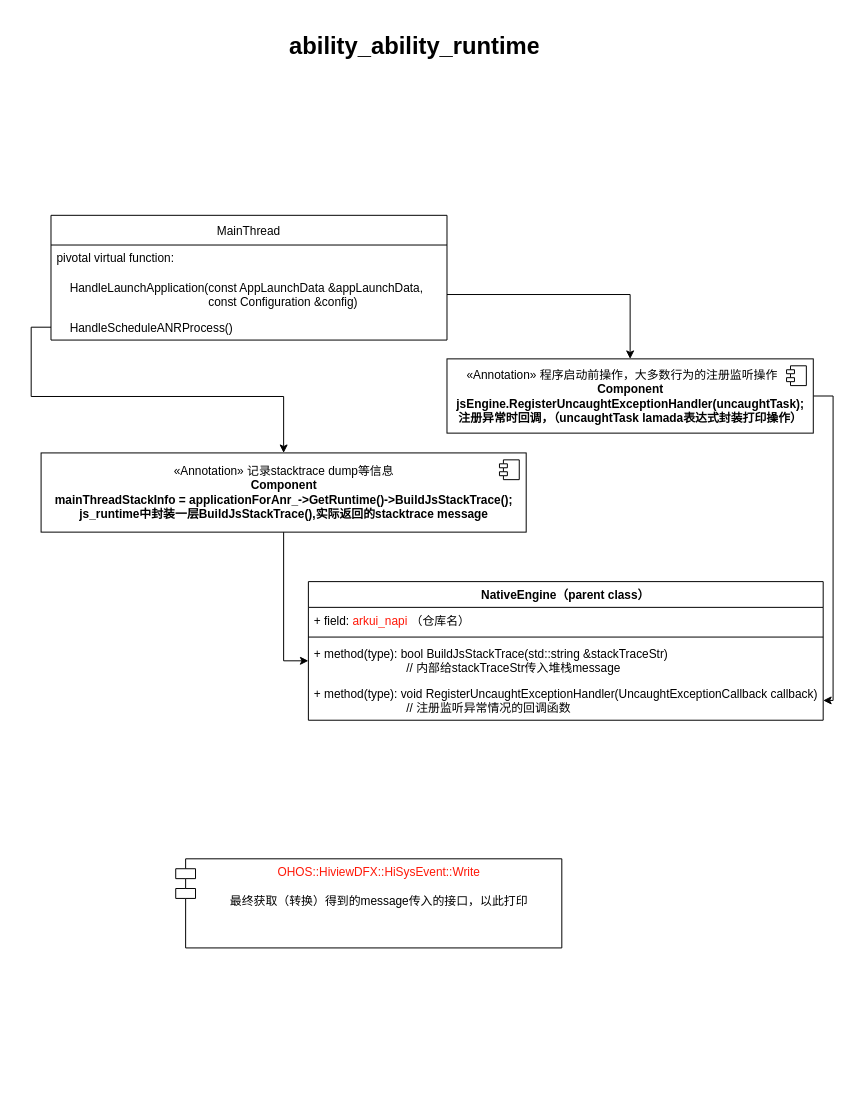
3shisan3/OpenHarmony keeps this draw.io diagram as page "第 2 页" (2 of 2) of js_ui_stackPrint.drawio. Above is the earlier version. Source tidied: cells renumbered, new cells numbered last; positions are measured from the earlier drawing's top-left corner, leaving out a move shared by most shapes. Both pictures are drawn from the tidied source at 99%, with x=0, y=0 at pixel (41, 27).
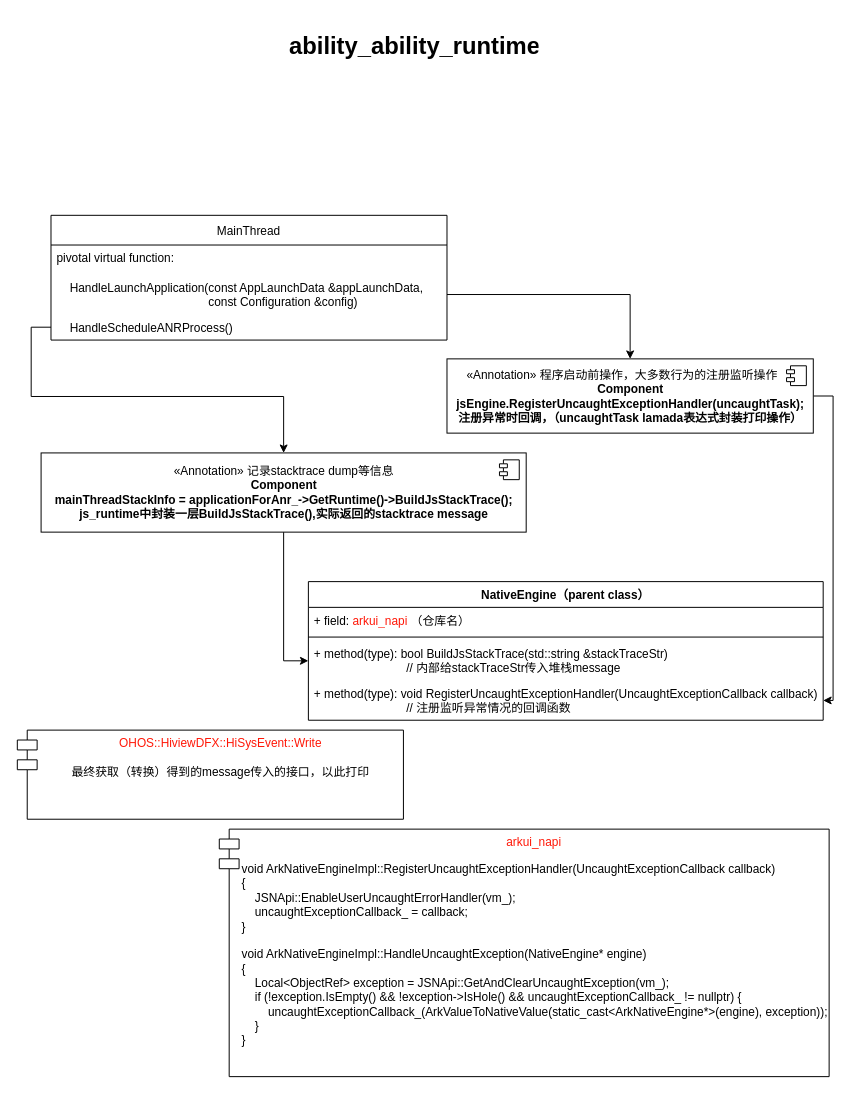
The same diagram, later.

Diff of the diagram source:
```diff
@@
     <mxCell id="20" value="&lt;font color=&quot;#ff1808&quot;&gt;OHOS::HiviewDFX::HiSysEvent::Write&lt;/font&gt;&lt;br&gt;&lt;br&gt;最终获取（转换）得到的message传入的接口，以此打印" style="shape=module;align=left;spacingLeft=20;align=center;verticalAlign=top;fontColor=#000000;html=1;" parent="1" vertex="1">
-      <mxGeometry x="136" y="840" width="390" height="90" as="geometry" />
+      <mxGeometry x="-24" y="710" width="390" height="90" as="geometry" />
     </mxCell>
+    <mxCell id="21" value="arkui_napi" style="shape=module;align=left;spacingLeft=20;align=center;verticalAlign=top;fillColor=none;fontColor=#FF1808;" parent="1" vertex="1">
+      <mxGeometry x="180" y="810" width="616" height="250" as="geometry" />
+    </mxCell>
+    <mxCell id="22" value="&lt;div&gt;void ArkNativeEngineImpl::RegisterUncaughtExceptionHandler(UncaughtExceptionCallback callback)&lt;/div&gt;&lt;div&gt;{&lt;/div&gt;&lt;div&gt;&amp;nbsp; &amp;nbsp; JSNApi::EnableUserUncaughtErrorHandler(vm_);&lt;/div&gt;&lt;div&gt;&amp;nbsp; &amp;nbsp; uncaughtExceptionCallback_ = callback;&lt;/div&gt;&lt;div&gt;}&lt;/div&gt;&lt;div&gt;&lt;br&gt;&lt;/div&gt;&lt;div&gt;void ArkNativeEngineImpl::HandleUncaughtException(NativeEngine* engine)&lt;/div&gt;&lt;div&gt;{&lt;/div&gt;&lt;div&gt;&amp;nbsp; &amp;nbsp; Local&amp;lt;ObjectRef&amp;gt; exception = JSNApi::GetAndClearUncaughtException(vm_);&lt;/div&gt;&lt;div&gt;&amp;nbsp; &amp;nbsp; if (!exception.IsEmpty() &amp;amp;&amp;amp; !exception-&amp;gt;IsHole() &amp;amp;&amp;amp; uncaughtExceptionCallback_ != nullptr) {&lt;/div&gt;&lt;div&gt;&amp;nbsp; &amp;nbsp; &amp;nbsp; &amp;nbsp; uncaughtExceptionCallback_(ArkValueToNativeValue(static_cast&amp;lt;ArkNativeEngine*&amp;gt;(engine), exception));&lt;/div&gt;&lt;div&gt;&amp;nbsp; &amp;nbsp; }&lt;/div&gt;&lt;div&gt;}&lt;/div&gt;" style="text;html=1;strokeColor=none;fillColor=none;align=left;verticalAlign=middle;rounded=0;" parent="1" vertex="1">
+      <mxGeometry x="201" y="901.5" width="480" height="70" as="geometry" />
+    </mxCell>
```
